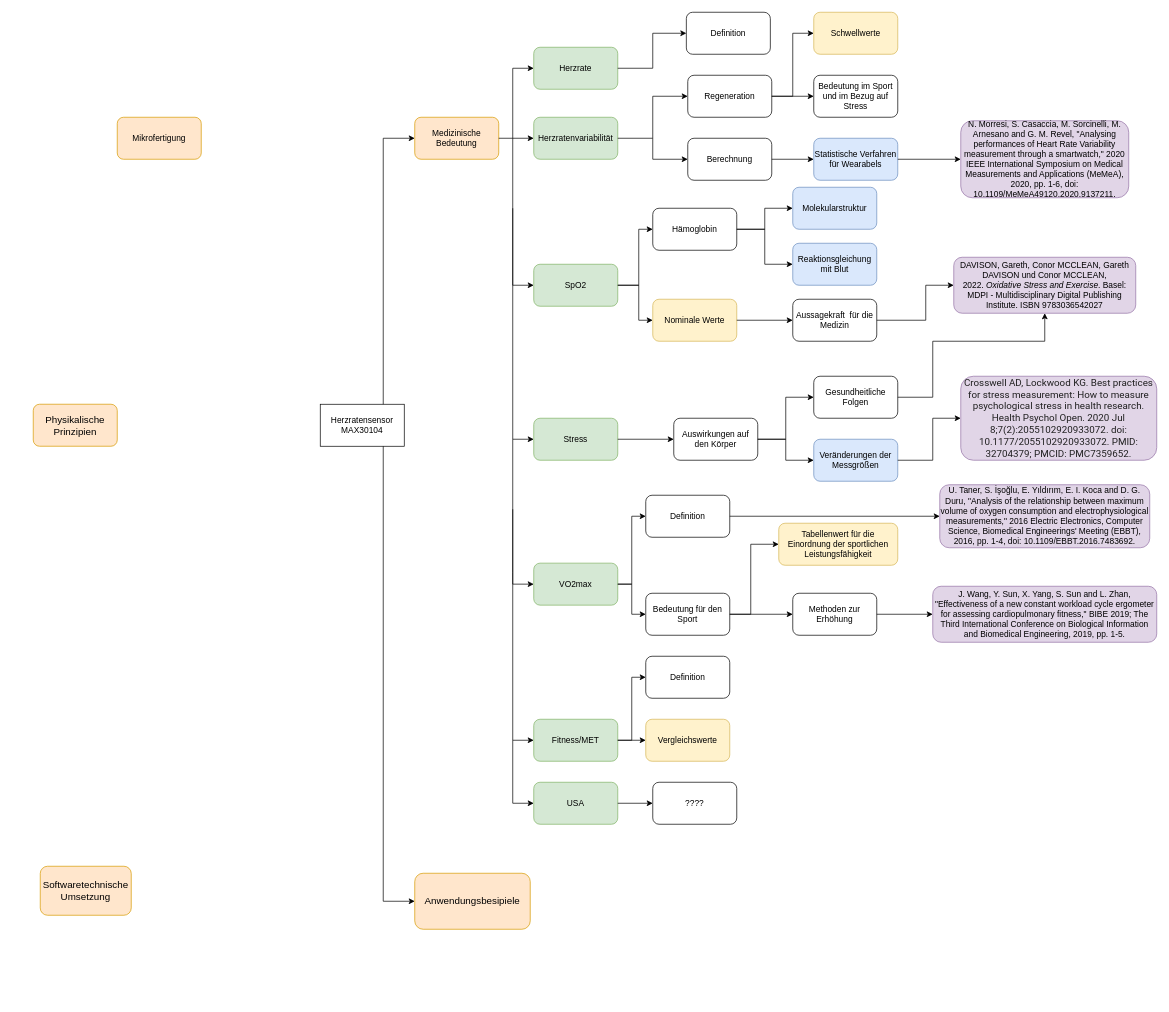
Above: MNST.drawio in Lostqw1/Funfun (draw.io), before the change. Source tidied: cells renumbered, new cells numbered last; positions are measured from the earlier drawing's top-left corner, leaving out a move shared by most shapes. Both pictures are drawn from the tidied source at 70%, with x=0, y=0 at pixel (33, 12).
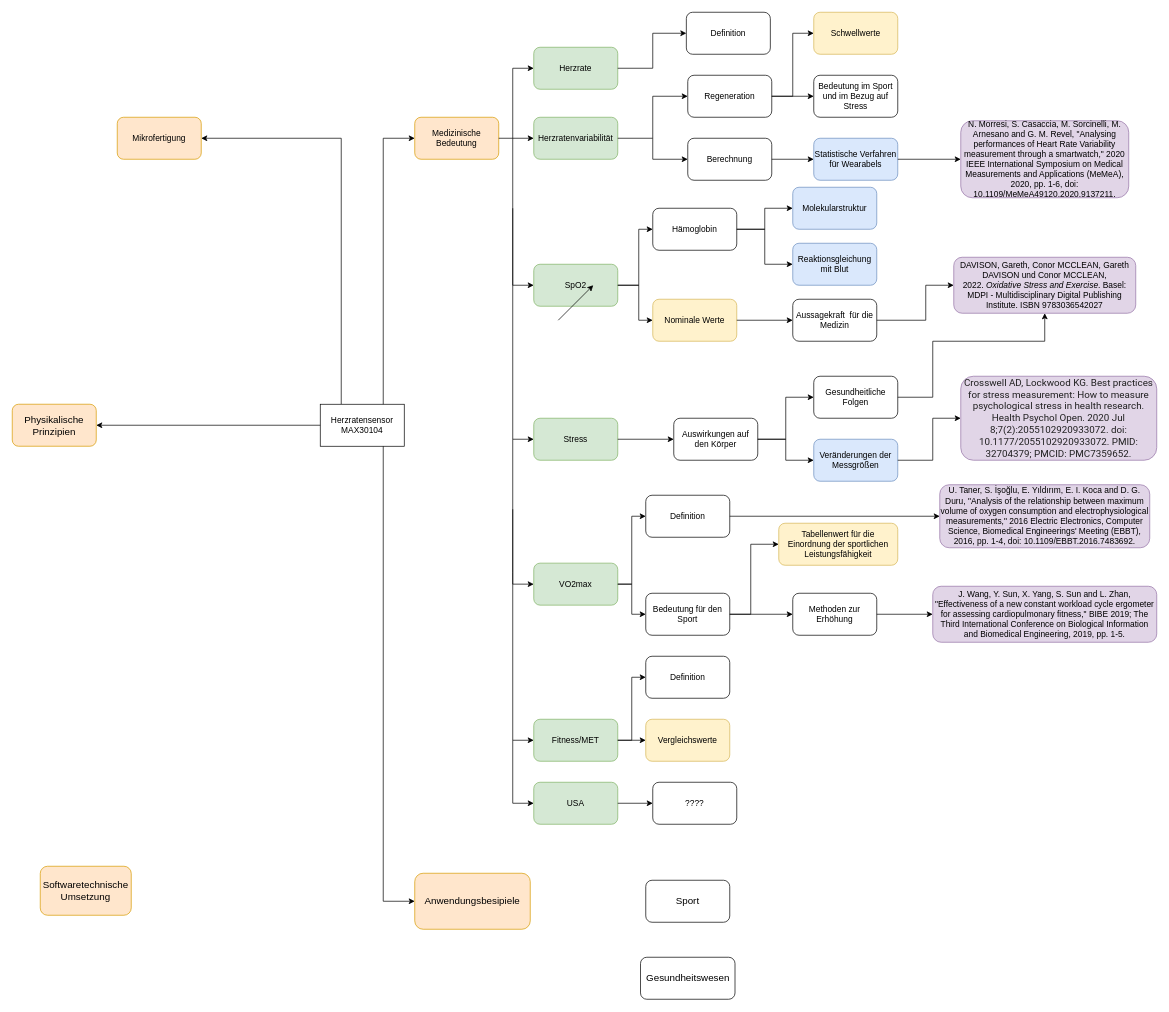
Above is the later version.

Unchanged cells that the change refers to:
```xml
<mxCell id="2" value="Herzratensensor&lt;br&gt;MAX30104" style="rounded=0;whiteSpace=wrap;html=1;" parent="1" vertex="1">
  <mxGeometry x="410" y="560" width="120" height="60" as="geometry" />
</mxCell>
<mxCell id="4" value="Mikrofertigung" style="rounded=1;whiteSpace=wrap;html=1;fillColor=#ffe6cc;strokeColor=#d79b00;" parent="1" vertex="1">
  <mxGeometry x="120" y="150" width="120" height="60" as="geometry" />
</mxCell>
```

What changed in the source:
```diff
@@
+    <mxCell id="77" style="edgeStyle=orthogonalEdgeStyle;rounded=0;jettySize=auto;html=1;exitX=0.25;exitY=0;exitDx=0;exitDy=0;entryX=1;entryY=0.5;entryDx=0;entryDy=0;fontSize=14;fontColor=#000000;" parent="1" edge="1" source="2" target="4">
+      <mxGeometry relative="1" as="geometry" />
+    </mxCell>
@@
     <mxCell id="75" value="Physikalische Prinzipien" style="rounded=1;whiteSpace=wrap;html=1;labelBackgroundColor=none;fontSize=14;fillColor=#ffe6cc;strokeColor=#d79b00;" parent="1" vertex="1">
-      <mxGeometry y="560" width="120" height="60" as="geometry" />
+      <mxGeometry x="-30" y="560" width="120" height="60" as="geometry" />
     </mxCell>
@@
+    <mxCell id="78" style="endArrow=classic;html=1;rounded=0;fontSize=14;fontColor=#000000;" parent="1" edge="1">
+      <mxGeometry relative="1" as="geometry">
+        <mxPoint x="750" y="440" as="sourcePoint" />
+        <mxPoint x="800" y="390" as="targetPoint" />
+      </mxGeometry>
+    </mxCell>
+    <mxCell id="79" style="endArrow=classic;html=1;rounded=0;fontSize=14;fontColor=#000000;entryX=1;entryY=0.5;entryDx=0;entryDy=0;exitX=0;exitY=0.5;exitDx=0;exitDy=0;" parent="1" edge="1" source="2" target="75">
+      <mxGeometry relative="1" as="geometry" />
+    </mxCell>
+    <mxCell id="80" value="Sport" style="rounded=1;whiteSpace=wrap;html=1;labelBackgroundColor=none;fontSize=14;fontColor=#000000;" parent="1" vertex="1">
+      <mxGeometry x="875" y="1240" width="120" height="60" as="geometry" />
+    </mxCell>
+    <mxCell id="81" value="Gesundheitswesen" style="rounded=1;whiteSpace=wrap;html=1;labelBackgroundColor=none;fontSize=14;fontColor=#000000;" parent="1" vertex="1">
+      <mxGeometry x="867.5" y="1350" width="135" height="60" as="geometry" />
+    </mxCell>
```
